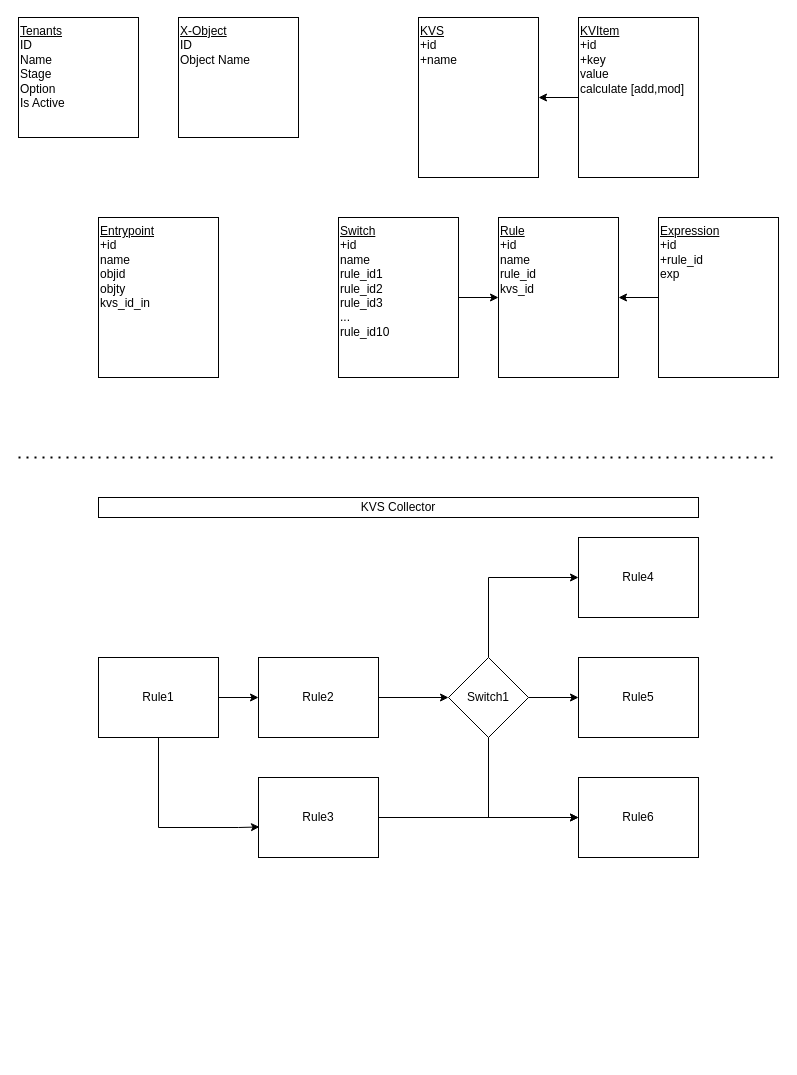
Above: page "Connections" (1 of 2) of NRule.drawio in edervzz/nrules (draw.io), before the change. Source tidied: cells renumbered, new cells numbered last; positions are measured from the earlier drawing's top-left corner, leaving out a move shared by most shapes. Both pictures are drawn from the tidied source at 100%, with x=0, y=0 at pixel (18, 17).
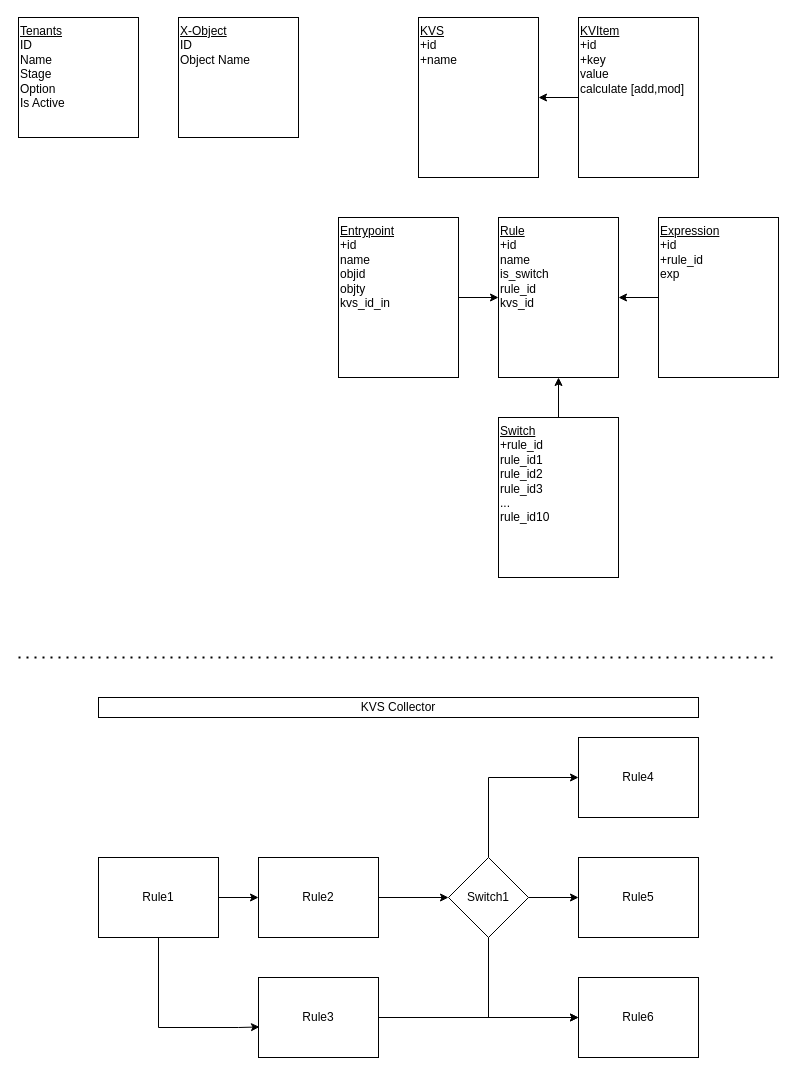
After the change.

The edit, as a diff of the source:
```diff
@@
-    <mxCell id="6" value="&lt;span style=&quot;background-color: initial;&quot;&gt;&lt;u&gt;Rule&lt;/u&gt;&lt;/span&gt;&lt;span style=&quot;background-color: initial;&quot;&gt;&lt;br&gt;&lt;/span&gt;+id&lt;br&gt;name&lt;div&gt;rule_id&lt;br&gt;&lt;div&gt;kvs_id&lt;/div&gt;&lt;/div&gt;" style="rounded=0;whiteSpace=wrap;html=1;align=left;verticalAlign=top;" parent="1" vertex="1">
+    <mxCell id="6" value="&lt;span style=&quot;background-color: initial;&quot;&gt;&lt;u&gt;Rule&lt;/u&gt;&lt;/span&gt;&lt;span style=&quot;background-color: initial;&quot;&gt;&lt;br&gt;&lt;/span&gt;+id&lt;br&gt;name&lt;div&gt;is_switch&lt;/div&gt;&lt;div&gt;rule_id&lt;br&gt;&lt;div&gt;kvs_id&lt;/div&gt;&lt;/div&gt;" style="rounded=0;whiteSpace=wrap;html=1;align=left;verticalAlign=top;" parent="1" vertex="1">
       <mxGeometry x="480" y="200" width="120" height="160" as="geometry" />
     </mxCell>
@@
-    <mxCell id="8" value="&lt;span style=&quot;background-color: initial;&quot;&gt;&lt;u&gt;Switch&lt;/u&gt;&lt;/span&gt;&lt;span style=&quot;background-color: initial;&quot;&gt;&lt;br&gt;&lt;/span&gt;+id&lt;div&gt;name&lt;br&gt;&lt;div&gt;rule_id1&lt;/div&gt;&lt;div&gt;rule_id2&lt;br&gt;&lt;/div&gt;&lt;div&gt;rule_id3&lt;br&gt;&lt;/div&gt;&lt;div&gt;...&lt;/div&gt;&lt;/div&gt;&lt;div&gt;rule_id10&lt;/div&gt;" style="rounded=0;whiteSpace=wrap;html=1;align=left;verticalAlign=top;" parent="1" vertex="1">
-      <mxGeometry x="320" y="200" width="120" height="160" as="geometry" />
+    <mxCell id="8" value="&lt;span style=&quot;background-color: initial;&quot;&gt;&lt;u&gt;Switch&lt;/u&gt;&lt;/span&gt;&lt;span style=&quot;background-color: initial;&quot;&gt;&lt;br&gt;&lt;/span&gt;+rule_id&lt;div&gt;&lt;div&gt;rule_id1&lt;/div&gt;&lt;div&gt;rule_id2&lt;br&gt;&lt;/div&gt;&lt;div&gt;rule_id3&lt;br&gt;&lt;/div&gt;&lt;div&gt;...&lt;/div&gt;&lt;/div&gt;&lt;div&gt;rule_id10&lt;/div&gt;" style="rounded=0;whiteSpace=wrap;html=1;align=left;verticalAlign=top;" parent="1" vertex="1">
+      <mxGeometry x="480" y="400" width="120" height="160" as="geometry" />
     </mxCell>
@@
     <mxCell id="10" value="Rule1" style="rounded=0;whiteSpace=wrap;html=1;align=center;verticalAlign=middle;" parent="1" vertex="1">
-      <mxGeometry x="80" y="640" width="120" height="80" as="geometry" />
+      <mxGeometry x="80" y="840" width="120" height="80" as="geometry" />
     </mxCell>
@@
     <mxCell id="12" value="Rule2" style="rounded=0;whiteSpace=wrap;html=1;align=center;verticalAlign=middle;" parent="1" vertex="1">
-      <mxGeometry x="240" y="640" width="120" height="80" as="geometry" />
+      <mxGeometry x="240" y="840" width="120" height="80" as="geometry" />
     </mxCell>
@@
     <mxCell id="14" value="Rule3" style="rounded=0;whiteSpace=wrap;html=1;align=center;verticalAlign=middle;" parent="1" vertex="1">
-      <mxGeometry x="240" y="760" width="120" height="80" as="geometry" />
+      <mxGeometry x="240" y="960" width="120" height="80" as="geometry" />
     </mxCell>
     <mxCell id="15" style="edgeStyle=orthogonalEdgeStyle;rounded=0;jettySize=auto;html=1;entryX=0.008;entryY=0.618;entryDx=0;entryDy=0;entryPerimeter=0;" parent="1" edge="1" source="10" target="14">
       <mxGeometry relative="1" as="geometry">
         <Array as="points">
-          <mxPoint x="140" y="810" />
-          <mxPoint x="220" y="810" />
+          <mxPoint x="140" y="1010" />
+          <mxPoint x="220" y="1010" />
         </Array>
       </mxGeometry>
     </mxCell>
@@
     <mxCell id="17" style="edgeStyle=orthogonalEdgeStyle;rounded=0;jettySize=auto;html=1;entryX=0;entryY=0.5;entryDx=0;entryDy=0;" parent="1" edge="1" source="18" target="20">
       <mxGeometry relative="1" as="geometry">
         <Array as="points">
-          <mxPoint x="470" y="560" />
+          <mxPoint x="470" y="760" />
         </Array>
       </mxGeometry>
     </mxCell>
     <mxCell id="18" value="Switch1" style="rhombus;whiteSpace=wrap;html=1;" parent="1" vertex="1">
-      <mxGeometry x="430" y="640" width="80" height="80" as="geometry" />
+      <mxGeometry x="430" y="840" width="80" height="80" as="geometry" />
     </mxCell>
     <mxCell id="19" value="Rule5" style="rounded=0;whiteSpace=wrap;html=1;align=center;verticalAlign=middle;" parent="1" vertex="1">
-      <mxGeometry x="560" y="640" width="120" height="80" as="geometry" />
+      <mxGeometry x="560" y="840" width="120" height="80" as="geometry" />
     </mxCell>
     <mxCell id="20" value="Rule4" style="rounded=0;whiteSpace=wrap;html=1;align=center;verticalAlign=middle;" parent="1" vertex="1">
-      <mxGeometry x="560" y="520" width="120" height="80" as="geometry" />
+      <mxGeometry x="560" y="720" width="120" height="80" as="geometry" />
     </mxCell>
     <mxCell id="21" value="Rule6" style="rounded=0;whiteSpace=wrap;html=1;align=center;verticalAlign=middle;" parent="1" vertex="1">
-      <mxGeometry x="560" y="760" width="120" height="80" as="geometry" />
+      <mxGeometry x="560" y="960" width="120" height="80" as="geometry" />
     </mxCell>
     <mxCell id="22" style="edgeStyle=orthogonalEdgeStyle;rounded=0;jettySize=auto;html=1;entryX=0;entryY=0.5;entryDx=0;entryDy=0;" parent="1" edge="1" source="18" target="21">
       <mxGeometry relative="1" as="geometry">
         <Array as="points">
-          <mxPoint x="470" y="800" />
+          <mxPoint x="470" y="1000" />
         </Array>
       </mxGeometry>
     </mxCell>
+    <mxCell id="29" style="edgeStyle=none;html=1;" parent="1" edge="1" source="23" target="6">
+      <mxGeometry relative="1" as="geometry" />
+    </mxCell>
     <mxCell id="23" value="&lt;span style=&quot;background-color: initial;&quot;&gt;&lt;u&gt;Entrypoint&lt;/u&gt;&lt;/span&gt;&lt;span style=&quot;background-color: initial;&quot;&gt;&lt;br&gt;&lt;/span&gt;+id&lt;div&gt;name&lt;br&gt;&lt;div&gt;objid&lt;/div&gt;&lt;/div&gt;&lt;div&gt;objty&lt;/div&gt;&lt;div&gt;kvs_id_in&lt;/div&gt;" style="rounded=0;whiteSpace=wrap;html=1;align=left;verticalAlign=top;" parent="1" vertex="1">
-      <mxGeometry x="80" y="200" width="120" height="160" as="geometry" />
+      <mxGeometry x="320" y="200" width="120" height="160" as="geometry" />
     </mxCell>
@@
     <mxCell id="26" value="KVS Collector" style="rounded=0;whiteSpace=wrap;html=1;" parent="1" vertex="1">
-      <mxGeometry x="80" y="480" width="600" height="20" as="geometry" />
+      <mxGeometry x="80" y="680" width="600" height="20" as="geometry" />
     </mxCell>
@@
     <mxCell id="28" style="endArrow=none;dashed=1;html=1;dashPattern=1 3;strokeWidth=2;rounded=0;" parent="1" edge="1">
       <mxGeometry relative="1" as="geometry">
-        <mxPoint y="440" as="sourcePoint" />
-        <mxPoint x="760" y="440" as="targetPoint" />
+        <mxPoint y="640" as="sourcePoint" />
+        <mxPoint x="760" y="640" as="targetPoint" />
       </mxGeometry>
     </mxCell>
```
